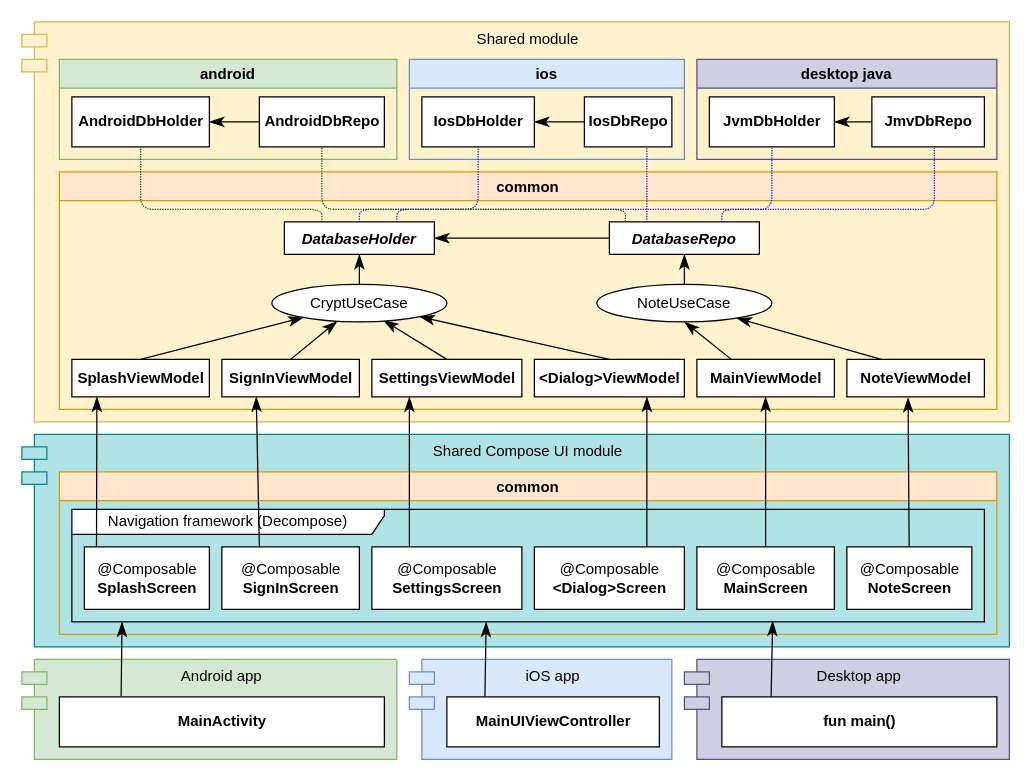
The draw.io diagram screenshoots/NoteDelightDiagram.drawio in softartdev/NoteDelight, before the edit. Source tidied: cells renumbered, new cells numbered last; positions are measured from the earlier drawing's top-left corner, leaving out a move shared by most shapes. Both pictures are drawn from the tidied source at 125%, with x=0, y=0 at pixel (21, 21).
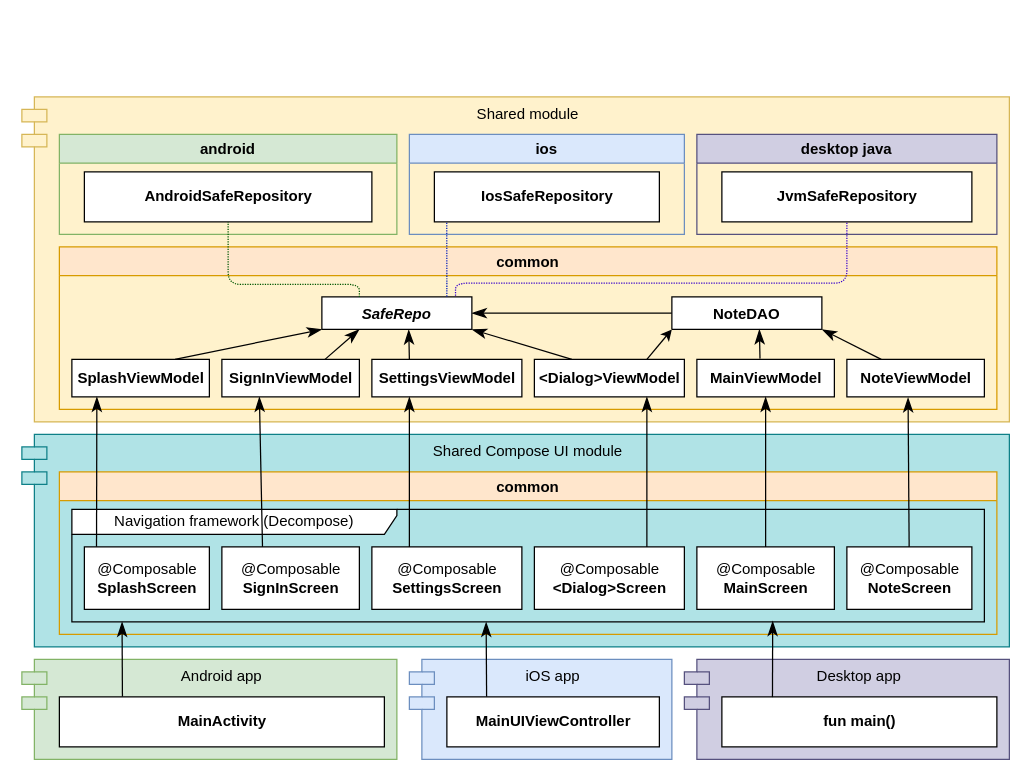
Above is the later version.

Commit message (it also covers changes not shown here):
update architecture diagram

Unchanged cells that the change refers to:
```xml
<mxCell id="20" value="common" style="swimlane;fillColor=#ffe6cc;strokeColor=#d79b00;" parent="7" vertex="1">
  <mxGeometry x="30" y="360" width="750" height="130" as="geometry" />
</mxCell>
<mxCell id="33" value="&lt;b&gt;SplashViewModel&lt;/b&gt;" style="html=1;" parent="28" vertex="1">
  <mxGeometry x="40" y="270" width="110" height="30" as="geometry" />
</mxCell>
<mxCell id="34" value="&lt;b&gt;SignIn&lt;/b&gt;&lt;b&gt;ViewModel&lt;/b&gt;" style="html=1;" parent="28" vertex="1">
  <mxGeometry x="160" y="270" width="110" height="30" as="geometry" />
</mxCell>
<mxCell id="35" value="&lt;b&gt;MainViewModel&lt;/b&gt;" style="html=1;" parent="28" vertex="1">
  <mxGeometry x="540" y="270" width="110" height="30" as="geometry" />
</mxCell>
<mxCell id="36" value="&lt;b&gt;MainActivity&lt;/b&gt;" style="html=1;" parent="28" vertex="1">
  <mxGeometry x="30" y="540" width="260" height="40" as="geometry" />
</mxCell>
<mxCell id="42" value="&lt;b&gt;NoteViewModel&lt;/b&gt;" style="html=1;" parent="28" vertex="1">
  <mxGeometry x="660" y="270" width="110" height="30" as="geometry" />
</mxCell>
<mxCell id="43" value="&lt;b&gt;SettingsViewModel&lt;/b&gt;" style="html=1;" parent="28" vertex="1">
  <mxGeometry x="280" y="270" width="120" height="30" as="geometry" />
</mxCell>
<mxCell id="51" value="&lt;b&gt;&amp;lt;Dialog&amp;gt;ViewModel&lt;/b&gt;" style="html=1;" parent="28" vertex="1">
  <mxGeometry x="410" y="270" width="120" height="30" as="geometry" />
</mxCell>
<mxCell id="56" value="&lt;b&gt;MainUIViewController&lt;/b&gt;" style="html=1;" parent="28" vertex="1">
  <mxGeometry x="340" y="540" width="170" height="40" as="geometry" />
</mxCell>
<mxCell id="57" value="&lt;b&gt;fun main()&lt;/b&gt;" style="html=1;" parent="28" vertex="1">
  <mxGeometry x="560" y="540" width="220" height="40" as="geometry" />
</mxCell>
```

Change to the diagram source:
```diff
@@
     <mxCell id="2" value="Shared module" style="shape=module;align=left;spacingLeft=20;align=center;verticalAlign=top;fillColor=#fff2cc;strokeColor=#d6b656;" parent="1" vertex="1">
-      <mxGeometry width="790" height="320" as="geometry" />
+      <mxGeometry y="60" width="790" height="260" as="geometry" />
     </mxCell>
@@
+    <mxCell id="67" style="endArrow=classic;html=1;rounded=0;entryX=0;entryY=1;entryDx=0;entryDy=0;exitX=0.75;exitY=0;exitDx=0;exitDy=0;" parent="1" edge="1" source="51" target="54">
+      <mxGeometry relative="1" as="geometry" />
+    </mxCell>
@@
     <mxCell id="8" value="common" style="swimlane;fillColor=#ffe6cc;strokeColor=#d79b00;" parent="7" vertex="1">
-      <mxGeometry x="30" y="120" width="750" height="190" as="geometry" />
+      <mxGeometry x="30" y="180" width="750" height="130" as="geometry" />
     </mxCell>
-    <mxCell id="9" value="NoteUseCase" style="ellipse;whiteSpace=wrap;html=1;" parent="8" vertex="1">
-      <mxGeometry x="430" y="90" width="140" height="30" as="geometry" />
-    </mxCell>
-    <mxCell id="10" value="&lt;b&gt;JmvDb&lt;/b&gt;&lt;b style=&quot;border-color: var(--border-color);&quot;&gt;Repo&lt;/b&gt;" style="html=1;" parent="8" vertex="1">
-      <mxGeometry x="650" y="-60" width="90" height="40" as="geometry" />
-    </mxCell>
+    <mxCell id="16" style="endArrow=classicThin;endSize=9;html=1;exitX=0;exitY=0.5;exitDx=0;exitDy=0;entryX=1;entryY=0.5;entryDx=0;entryDy=0;strokeColor=default;endFill=1;" parent="8" edge="1" source="54" target="55">
+      <mxGeometry x="-0.2" y="-5" relative="1" as="geometry" />
+    </mxCell>
+    <mxCell id="54" value="NoteDAO" style="swimlane;fontStyle=1;align=center;verticalAlign=top;horizontal=1;startSize=26;" parent="8" vertex="1" collapsed="1">
+      <mxGeometry x="490" y="40" width="120" height="26" as="geometry" />
+    </mxCell>
+    <mxCell id="55" value="SafeRepo" style="swimlane;fontStyle=3;align=center;verticalAlign=top;horizontal=1;startSize=26;" parent="8" vertex="1" collapsed="1">
+      <mxGeometry x="210" y="40" width="120" height="26" as="geometry" />
+    </mxCell>
+    <mxCell id="41" style="endArrow=classicThin;endSize=9;html=1;exitX=0.368;exitY=-0.02;exitDx=0;exitDy=0;endFill=1;entryX=0.5;entryY=1;entryDx=0;entryDy=0;exitPerimeter=0;" parent="8" edge="1">
+      <mxGeometry x="-0.24" y="-11" relative="1" as="geometry">
+        <mxPoint x="560.5" y="89.4" as="sourcePoint" />
+        <mxPoint x="560" y="66" as="targetPoint" />
+      </mxGeometry>
+    </mxCell>
+    <mxCell id="48" style="endArrow=classicThin;endSize=9;html=1;endFill=1;entryX=0.579;entryY=1.005;entryDx=0;entryDy=0;exitX=0.5;exitY=0;exitDx=0;exitDy=0;entryPerimeter=0;" parent="8" edge="1" target="55">
+      <mxGeometry x="-0.46" y="-1" relative="1" as="geometry">
+        <mxPoint x="280" y="90" as="sourcePoint" />
+      </mxGeometry>
+    </mxCell>
     <mxCell id="11" value="android" style="swimlane;fillColor=#d5e8d4;strokeColor=#82b366;" parent="7" vertex="1">
-      <mxGeometry x="30" y="30" width="270" height="80" as="geometry" />
+      <mxGeometry x="30" y="90" width="270" height="80" as="geometry" />
     </mxCell>
+    <mxCell id="30" value="&lt;b style=&quot;border-color: var(--border-color);&quot;&gt;AndroidSafeRepository&lt;/b&gt;" style="html=1;" parent="11" vertex="1">
+      <mxGeometry x="20" y="30" width="230" height="40" as="geometry" />
+    </mxCell>
     <mxCell id="12" value="ios" style="swimlane;fillColor=#dae8fc;strokeColor=#6c8ebf;" parent="7" vertex="1">
-      <mxGeometry x="310" y="30" width="220" height="80" as="geometry" />
+      <mxGeometry x="310" y="90" width="220" height="80" as="geometry" />
     </mxCell>
-    <mxCell id="13" value="&lt;b&gt;IosDb&lt;/b&gt;&lt;b style=&quot;border-color: var(--border-color);&quot;&gt;Holder&lt;/b&gt;" style="html=1;" parent="12" vertex="1">
-      <mxGeometry x="10" y="30" width="90" height="40" as="geometry" />
+    <mxCell id="13" value="&lt;b&gt;Ios&lt;/b&gt;&lt;b style=&quot;border-color: var(--border-color);&quot;&gt;SafeRepository&lt;/b&gt;" style="html=1;" parent="12" vertex="1">
+      <mxGeometry x="20" y="30" width="180" height="40" as="geometry" />
     </mxCell>
-    <mxCell id="14" value="&lt;b&gt;IosDb&lt;/b&gt;&lt;b style=&quot;border-color: var(--border-color);&quot;&gt;Repo&lt;/b&gt;" style="html=1;" parent="12" vertex="1">
-      <mxGeometry x="140" y="30" width="70" height="40" as="geometry" />
-    </mxCell>
-    <mxCell id="15" style="endArrow=classicThin;endSize=9;html=1;exitX=0;exitY=0.5;exitDx=0;exitDy=0;entryX=1;entryY=0.5;entryDx=0;entryDy=0;endFill=1;" parent="12" edge="1" source="14" target="13">
-      <mxGeometry x="-0.2" y="-5" relative="1" as="geometry" />
-    </mxCell>
-    <mxCell id="16" style="endArrow=classicThin;endSize=9;html=1;exitX=0;exitY=0.5;exitDx=0;exitDy=0;entryX=1;entryY=0.5;entryDx=0;entryDy=0;strokeColor=default;endFill=1;" parent="12" edge="1" source="54" target="55">
-      <mxGeometry x="-0.2" y="-5" relative="1" as="geometry" />
-    </mxCell>
     <mxCell id="17" value="desktop java" style="swimlane;fillColor=#d0cee2;strokeColor=#56517e;" parent="7" vertex="1">
-      <mxGeometry x="540" y="30" width="240" height="80" as="geometry" />
+      <mxGeometry x="540" y="90" width="240" height="80" as="geometry" />
     </mxCell>
-    <mxCell id="18" value="&lt;b&gt;JvmDb&lt;/b&gt;&lt;b style=&quot;border-color: var(--border-color);&quot;&gt;Holder&lt;/b&gt;" style="html=1;" parent="17" vertex="1">
-      <mxGeometry x="10" y="30" width="100" height="40" as="geometry" />
+    <mxCell id="18" value="&lt;b&gt;Jvm&lt;/b&gt;&lt;b style=&quot;border-color: var(--border-color);&quot;&gt;SafeRepository&lt;/b&gt;" style="html=1;" parent="17" vertex="1">
+      <mxGeometry x="20" y="30" width="200" height="40" as="geometry" />
     </mxCell>
-    <mxCell id="19" style="endArrow=classicThin;endSize=9;html=1;exitX=1;exitY=0.5;exitDx=0;exitDy=0;endFill=1;entryX=1;entryY=0.5;entryDx=0;entryDy=0;" parent="17" edge="1" target="18">
-      <mxGeometry x="-0.2" y="-5" relative="1" as="geometry">
-        <mxPoint x="140" y="50" as="sourcePoint" />
-      </mxGeometry>
-    </mxCell>
@@
-    <mxCell id="27" value="Navigation framework (Decompose)" style="shape=umlFrame;whiteSpace=wrap;html=1;width=250;height=20;" parent="20" vertex="1">
+    <mxCell id="27" value="Navigation framework (Decompose)" style="shape=umlFrame;whiteSpace=wrap;html=1;width=260;height=20;" parent="20" vertex="1">
       <mxGeometry x="10" y="30" width="730" height="90" as="geometry" />
     </mxCell>
+    <mxCell id="38" style="endArrow=classicThin;endSize=9;html=1;entryX=0.25;entryY=1;entryDx=0;entryDy=0;endFill=1;" parent="20" edge="1">
+      <mxGeometry x="0.16" relative="1" as="geometry">
+        <mxPoint x="162.5" y="60" as="sourcePoint" />
+        <mxPoint x="160" y="-60" as="targetPoint" />
+      </mxGeometry>
+    </mxCell>
+    <mxCell id="62" style="endArrow=none;dashed=1;html=1;rounded=1;dashPattern=1 1;strokeColor=#001DBC;exitX=0.833;exitY=-0.012;exitDx=0;exitDy=0;edgeStyle=orthogonalEdgeStyle;fillColor=#0050ef;entryX=0.055;entryY=1.002;entryDx=0;entryDy=0;entryPerimeter=0;exitPerimeter=0;" parent="7" edge="1" source="55" target="13">
+      <mxGeometry relative="1" as="geometry">
+        <Array as="points">
+          <mxPoint x="340" y="210" />
+        </Array>
+      </mxGeometry>
+    </mxCell>
@@
-    <mxCell id="29" style="endArrow=classicThin;endSize=9;html=1;entryX=0.5;entryY=1;entryDx=0;entryDy=0;exitX=0.5;exitY=0;exitDx=0;exitDy=0;endFill=1;" parent="28" edge="1" source="9" target="54">
-      <mxGeometry x="0.18" y="-30" relative="1" as="geometry" />
-    </mxCell>
-    <mxCell id="30" value="&lt;b style=&quot;border-color: var(--border-color);&quot;&gt;AndroidDbHolder&lt;/b&gt;" style="html=1;" parent="28" vertex="1">
-      <mxGeometry x="40" y="60" width="110" height="40" as="geometry" />
-    </mxCell>
-    <mxCell id="31" value="&lt;b style=&quot;border-color: var(--border-color);&quot;&gt;AndroidDbRepo&lt;/b&gt;" style="html=1;" parent="28" vertex="1">
-      <mxGeometry x="190" y="60" width="100" height="40" as="geometry" />
-    </mxCell>
-    <mxCell id="32" style="endArrow=classicThin;endSize=9;html=1;exitX=0;exitY=0.5;exitDx=0;exitDy=0;entryX=1;entryY=0.5;entryDx=0;entryDy=0;endFill=1;" parent="28" edge="1" source="31" target="30">
-      <mxGeometry y="-20" relative="1" as="geometry" />
-    </mxCell>
@@
-    <mxCell id="38" style="endArrow=classicThin;endSize=9;html=1;entryX=0.25;entryY=1;entryDx=0;entryDy=0;endFill=1;" parent="28" edge="1" target="34">
-      <mxGeometry x="0.16" relative="1" as="geometry">
-        <mxPoint x="190" y="420" as="sourcePoint" />
-      </mxGeometry>
-    </mxCell>
-    <mxCell id="39" style="endArrow=classicThin;endSize=9;html=1;exitX=0.5;exitY=0;exitDx=0;exitDy=0;endFill=1;" parent="28" edge="1" source="33" target="50">
+    <mxCell id="39" style="endArrow=classicThin;endSize=9;html=1;exitX=0.75;exitY=0;exitDx=0;exitDy=0;endFill=1;entryX=0;entryY=1;entryDx=0;entryDy=0;" parent="28" edge="1" source="33" target="55">
       <mxGeometry y="-3" relative="1" as="geometry" />
     </mxCell>
-    <mxCell id="40" style="endArrow=classicThin;endSize=9;html=1;exitX=0.5;exitY=0;exitDx=0;exitDy=0;endFill=1;" parent="28" edge="1" source="34" target="50">
+    <mxCell id="40" style="endArrow=classicThin;endSize=9;html=1;exitX=0.75;exitY=0;exitDx=0;exitDy=0;endFill=1;entryX=0.25;entryY=1;entryDx=0;entryDy=0;" parent="28" edge="1" source="34" target="55">
       <mxGeometry x="-0.55" y="4" relative="1" as="geometry" />
     </mxCell>
-    <mxCell id="41" style="endArrow=classicThin;endSize=9;html=1;exitX=0.25;exitY=0;exitDx=0;exitDy=0;entryX=0.5;entryY=1;entryDx=0;entryDy=0;endFill=1;" parent="28" edge="1" source="35" target="9">
-      <mxGeometry x="-0.24" y="-11" relative="1" as="geometry" />
-    </mxCell>
@@
-    <mxCell id="47" style="endArrow=classicThin;endSize=9;html=1;exitX=0.25;exitY=0;exitDx=0;exitDy=0;endFill=1;" parent="28" edge="1" source="42" target="9">
-      <mxGeometry x="-0.16" y="-3" relative="1" as="geometry" />
-    </mxCell>
-    <mxCell id="48" style="endArrow=classicThin;endSize=9;html=1;exitX=0.5;exitY=0;exitDx=0;exitDy=0;entryX=0.638;entryY=0.959;entryDx=0;entryDy=0;entryPerimeter=0;endFill=1;" parent="28" edge="1" source="43" target="50">
-      <mxGeometry x="-0.46" y="-1" relative="1" as="geometry" />
-    </mxCell>
-    <mxCell id="49" style="endArrow=classicThin;endSize=9;html=1;entryX=0.5;entryY=1;entryDx=0;entryDy=0;exitX=0.5;exitY=0;exitDx=0;exitDy=0;endFill=1;" parent="28" edge="1" source="50" target="55">
-      <mxGeometry x="0.18" y="-30" relative="1" as="geometry" />
-    </mxCell>
-    <mxCell id="50" value="CryptUseCase" style="ellipse;whiteSpace=wrap;html=1;" parent="28" vertex="1">
-      <mxGeometry x="200" y="210" width="140" height="30" as="geometry" />
-    </mxCell>
@@
-    <mxCell id="52" style="endArrow=classicThin;endSize=9;html=1;exitX=0.5;exitY=0;exitDx=0;exitDy=0;endFill=1;" parent="28" edge="1" source="51" target="50">
-      <mxGeometry x="0.04" y="4" relative="1" as="geometry" />
-    </mxCell>
@@
-    <mxCell id="54" value="DatabaseRepo" style="swimlane;fontStyle=3;align=center;verticalAlign=top;horizontal=1;startSize=26;" parent="28" vertex="1" collapsed="1">
-      <mxGeometry x="470" y="160" width="120" height="26" as="geometry" />
-    </mxCell>
-    <mxCell id="55" value="DatabaseHolder" style="swimlane;fontStyle=3;align=center;verticalAlign=top;horizontal=1;startSize=26;" parent="28" vertex="1" collapsed="1">
-      <mxGeometry x="210" y="160" width="120" height="26" as="geometry" />
-    </mxCell>
@@
-    <mxCell id="58" style="endArrow=classicThin;endSize=9;html=1;exitX=0.19;exitY=-0.018;exitDx=0;exitDy=0;exitPerimeter=0;entryX=0.055;entryY=1;entryDx=0;entryDy=0;entryPerimeter=0;endFill=1;" parent="28" edge="1" source="36" target="27">
+    <mxCell id="58" style="endArrow=classicThin;endSize=9;html=1;exitX=0.194;exitY=-0.005;exitDx=0;exitDy=0;exitPerimeter=0;entryX=0.055;entryY=1;entryDx=0;entryDy=0;entryPerimeter=0;endFill=1;" parent="28" edge="1" source="36" target="27">
       <mxGeometry x="-0.69" y="10" relative="1" as="geometry" />
     </mxCell>
-    <mxCell id="59" style="endArrow=classicThin;endSize=9;html=1;exitX=0.179;exitY=-0.002;exitDx=0;exitDy=0;exitPerimeter=0;entryX=0.454;entryY=1.001;entryDx=0;entryDy=0;entryPerimeter=0;endFill=1;" parent="28" edge="1" source="56" target="27">
+    <mxCell id="59" style="endArrow=classicThin;endSize=9;html=1;exitX=0.187;exitY=-0.005;exitDx=0;exitDy=0;exitPerimeter=0;entryX=0.454;entryY=1.001;entryDx=0;entryDy=0;entryPerimeter=0;endFill=1;" parent="28" edge="1" source="56" target="27">
       <mxGeometry x="-0.65" y="10" relative="1" as="geometry" />
     </mxCell>
-    <mxCell id="60" style="endArrow=classicThin;endSize=9;html=1;exitX=0.179;exitY=0;exitDx=0;exitDy=0;exitPerimeter=0;entryX=0.768;entryY=0.993;entryDx=0;entryDy=0;entryPerimeter=0;endFill=1;" parent="28" edge="1" source="57" target="27">
+    <mxCell id="60" style="endArrow=classicThin;endSize=9;html=1;exitX=0.184;exitY=0.005;exitDx=0;exitDy=0;exitPerimeter=0;entryX=0.768;entryY=0.993;entryDx=0;entryDy=0;entryPerimeter=0;endFill=1;" parent="28" edge="1" source="57" target="27">
       <mxGeometry x="-0.64" y="9" relative="1" as="geometry" />
     </mxCell>
     <mxCell id="61" style="endArrow=none;dashed=1;html=1;rounded=1;dashPattern=1 1;strokeColor=#005700;entryX=0.5;entryY=1;entryDx=0;entryDy=0;exitX=0.25;exitY=0;exitDx=0;exitDy=0;edgeStyle=orthogonalEdgeStyle;fillColor=#008a00;" parent="28" edge="1" source="55" target="30">
       <mxGeometry relative="1" as="geometry">
         <Array as="points">
-          <mxPoint x="240" y="150" />
-          <mxPoint x="95" y="150" />
+          <mxPoint x="270" y="210" />
+          <mxPoint x="165" y="210" />
         </Array>
       </mxGeometry>
     </mxCell>
-    <mxCell id="62" style="endArrow=none;dashed=1;html=1;rounded=1;dashPattern=1 1;strokeColor=#001DBC;entryX=0.5;entryY=1;entryDx=0;entryDy=0;exitX=0.5;exitY=0;exitDx=0;exitDy=0;edgeStyle=orthogonalEdgeStyle;fillColor=#0050ef;" parent="28" edge="1" source="55" target="13">
-      <mxGeometry relative="1" as="geometry">
-        <Array as="points">
-          <mxPoint x="270" y="150" />
-          <mxPoint x="365" y="150" />
-        </Array>
-      </mxGeometry>
-    </mxCell>
-    <mxCell id="63" style="endArrow=none;dashed=1;html=1;rounded=1;dashPattern=1 1;strokeColor=#3700CC;entryX=0.5;entryY=1;entryDx=0;entryDy=0;exitX=0.75;exitY=0;exitDx=0;exitDy=0;edgeStyle=orthogonalEdgeStyle;fillColor=#6a00ff;" parent="28" edge="1" source="55" target="18">
+    <mxCell id="63" style="endArrow=none;dashed=1;html=1;rounded=1;dashPattern=1 1;strokeColor=#3700CC;entryX=0.5;entryY=1;entryDx=0;entryDy=0;exitX=0.891;exitY=-0.031;exitDx=0;exitDy=0;edgeStyle=orthogonalEdgeStyle;fillColor=#6a00ff;exitPerimeter=0;" parent="28" edge="1" source="55" target="18">
       <mxGeometry relative="1" as="geometry">
         <Array as="points">
-          <mxPoint x="300" y="150" />
-          <mxPoint x="600" y="150" />
+          <mxPoint x="347" y="209" />
+          <mxPoint x="660" y="209" />
         </Array>
       </mxGeometry>
     </mxCell>
-    <mxCell id="64" style="endArrow=none;dashed=1;html=1;rounded=1;dashPattern=1 1;strokeColor=#005700;entryX=0.5;entryY=1;entryDx=0;entryDy=0;exitX=0.107;exitY=-0.015;exitDx=0;exitDy=0;edgeStyle=orthogonalEdgeStyle;fillColor=#008a00;exitPerimeter=0;" parent="28" edge="1" source="54" target="31">
-      <mxGeometry relative="1" as="geometry">
-        <Array as="points">
-          <mxPoint x="483" y="150" />
-          <mxPoint x="240" y="150" />
-        </Array>
-      </mxGeometry>
-    </mxCell>
-    <mxCell id="65" style="endArrow=none;dashed=1;html=1;rounded=1;dashPattern=1 1;strokeColor=#001DBC;exitX=0.25;exitY=0;exitDx=0;exitDy=0;edgeStyle=orthogonalEdgeStyle;fillColor=#0050ef;" parent="28" edge="1" source="54">
-      <mxGeometry relative="1" as="geometry">
-        <mxPoint x="500" y="100" as="targetPoint" />
-        <Array as="points">
-          <mxPoint x="500" y="100" />
-        </Array>
-      </mxGeometry>
-    </mxCell>
-    <mxCell id="66" style="endArrow=none;dashed=1;html=1;rounded=1;dashPattern=1 1;strokeColor=#3700CC;exitX=0.75;exitY=0;exitDx=0;exitDy=0;edgeStyle=orthogonalEdgeStyle;fillColor=#6a00ff;" parent="28" edge="1" source="54">
-      <mxGeometry relative="1" as="geometry">
-        <mxPoint x="730" y="100" as="targetPoint" />
-        <Array as="points">
-          <mxPoint x="560" y="150" />
-          <mxPoint x="730" y="150" />
-        </Array>
-      </mxGeometry>
-    </mxCell>
+    <mxCell id="68" style="endArrow=classicThin;endSize=9;html=1;exitX=0.25;exitY=0;exitDx=0;exitDy=0;endFill=1;entryX=1;entryY=1;entryDx=0;entryDy=0;" parent="28" edge="1" source="51" target="55">
+      <mxGeometry x="0.04" y="4" relative="1" as="geometry" />
+    </mxCell>
+    <mxCell id="69" style="endArrow=classicThin;endSize=9;html=1;endFill=1;exitX=0.25;exitY=0;exitDx=0;exitDy=0;entryX=1;entryY=1;entryDx=0;entryDy=0;" parent="28" edge="1" source="42" target="54">
+      <mxGeometry x="-0.16" y="-3" relative="1" as="geometry" />
+    </mxCell>
```
